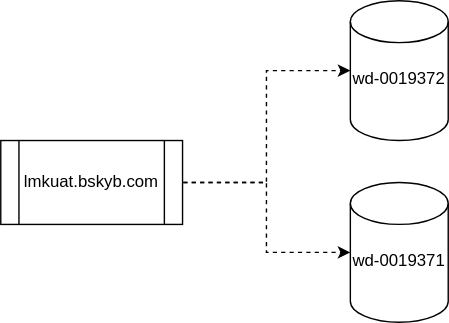
EdMor17/GrafanaFlow_Testing keeps this draw.io diagram as lb_testing.drawio.svg. Above is the earlier version. Source tidied: cells renumbered, new cells last; positions are measured from the earlier drawing's top-left corner, leaving out a move shared by most shapes.
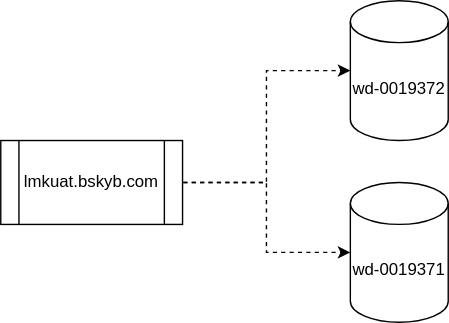
The same file after the commit.

The edit, as a diff of the source:
```diff
@@ -7,10 +7,10 @@
         <mxGeometry y="100" width="130" height="60" as="geometry" />
       </mxCell>
     </object>
-    <mxCell id="3" value="wd-0019372&lt;div&gt;&lt;br&gt;&lt;/div&gt;" style="shape=cylinder3;whiteSpace=wrap;html=1;boundedLbl=1;backgroundOutline=1;size=15;fillStyle=auto;" parent="1" vertex="1">
+    <mxCell id="3" value="wd-0019372" style="shape=cylinder3;whiteSpace=wrap;html=1;boundedLbl=1;backgroundOutline=1;size=15;fillStyle=auto;" parent="1" vertex="1">
       <mxGeometry x="250" width="70" height="100" as="geometry" />
     </mxCell>
-    <mxCell id="4" value="wd-0019371&lt;div&gt;&lt;br&gt;&lt;/div&gt;" style="shape=cylinder3;whiteSpace=wrap;html=1;boundedLbl=1;backgroundOutline=1;size=15;fillStyle=solid;" parent="1" vertex="1">
+    <mxCell id="4" value="wd-0019371" style="shape=cylinder3;whiteSpace=wrap;html=1;boundedLbl=1;backgroundOutline=1;size=15;fillStyle=solid;" parent="1" vertex="1">
       <mxGeometry x="250" y="130" width="70" height="100" as="geometry" />
     </mxCell>
     <mxCell id="5" style="edgeStyle=orthogonalEdgeStyle;rounded=0;jettySize=auto;html=1;entryX=0;entryY=0.5;entryDx=0;entryDy=0;entryPerimeter=0;dashed=1;flowAnimation=1;" parent="1" edge="1" source="2" target="3">
```
